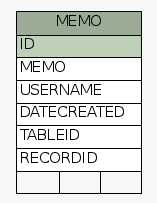
ilopez/FishbowlDataDictionary keeps this Graphviz diagram as dictionary/Fishbowl2013.5/diagrams/summary/MEMO.1degree.png. Above is the earlier version. Its source is kept beside it as dictionary/Fishbowl2013.5/diagrams/summary/MEMO.1degree.dot.
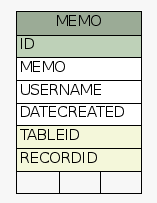
Above is the later version.

Change to the diagram source:
```diff
@@ -23,8 +23,8 @@
       <TR><TD PORT="MEMO" COLSPAN="3" ALIGN="LEFT">MEMO</TD></TR>
       <TR><TD PORT="USERNAME" COLSPAN="3" ALIGN="LEFT">USERNAME</TD></TR>
       <TR><TD PORT="DATECREATED" COLSPAN="3" ALIGN="LEFT">DATECREATED</TD></TR>
-      <TR><TD PORT="TABLEID" COLSPAN="3" ALIGN="LEFT">TABLEID</TD></TR>
-      <TR><TD PORT="RECORDID" COLSPAN="3" ALIGN="LEFT">RECORDID</TD></TR>
+      <TR><TD PORT="TABLEID" COLSPAN="3" BGCOLOR="#f4f7da" ALIGN="LEFT">TABLEID</TD></TR>
+      <TR><TD PORT="RECORDID" COLSPAN="3" BGCOLOR="#f4f7da" ALIGN="LEFT">RECORDID</TD></TR>
       <TR><TD ALIGN="LEFT" BGCOLOR="#f7f7f7">  </TD><TD ALIGN="RIGHT" BGCOLOR="#f7f7f7">  </TD><TD ALIGN="RIGHT" BGCOLOR="#f7f7f7">  </TD></TR>
     </TABLE>>
     URL="tables/MEMO.html"
```
